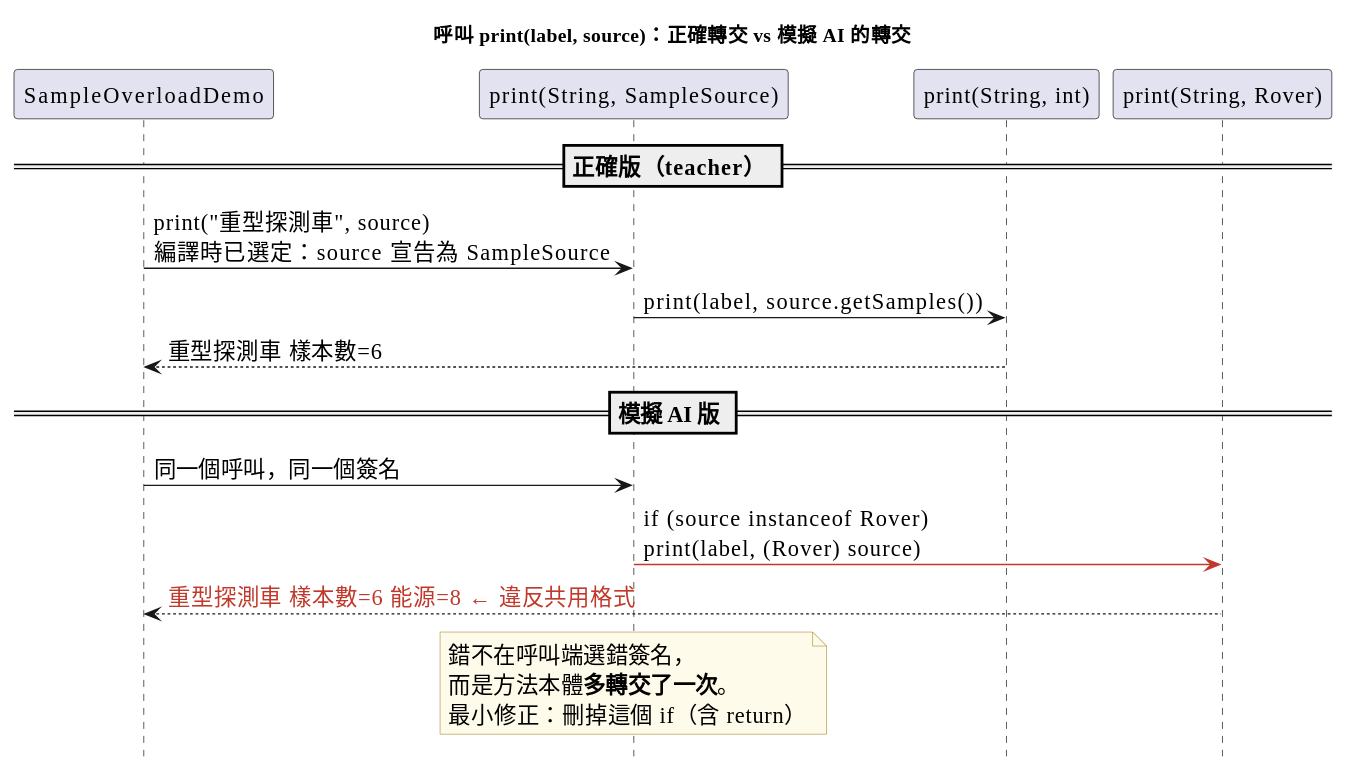
The PlantUML diagram week10/codex版本/diagrams/ai_forward_claude.svg in shuochenghu/115_1_Java_Tutorial, before a commit.
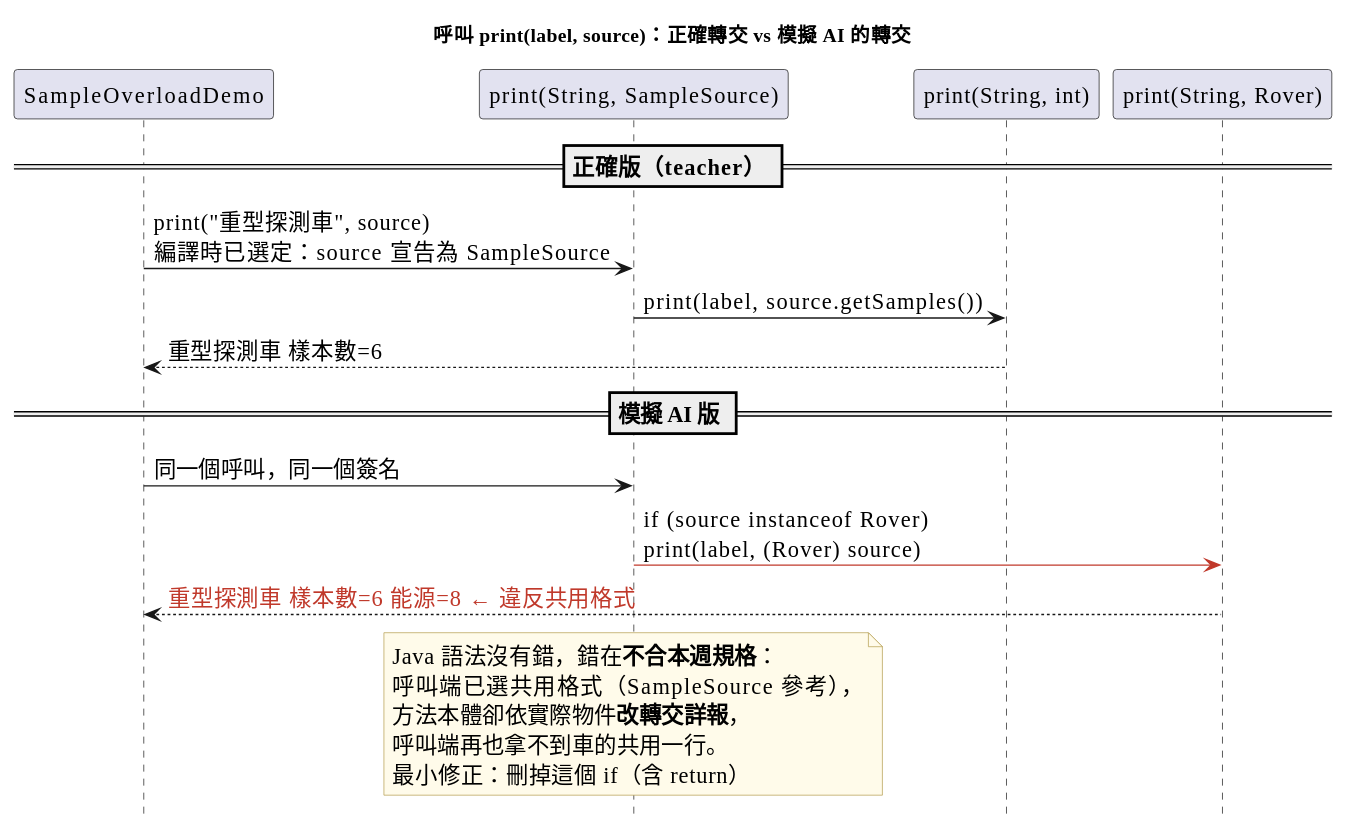
The same file after the commit.

Change to the diagram source:
```diff
@@ -20,5 +20,5 @@
 D -> P2 : 同一個呼叫，同一個簽名
 P2 -[#C0392B]> P1 : if (source instanceof Rover)\nprint(label, (Rover) source)
 P1 --> D : <color:#C0392B>重型探測車 樣本數=6 能源=8  ← 違反共用格式</color>
-note over P2 : 錯不在呼叫端選錯簽名，\n而是方法本體<b>多轉交了一次</b>。\n最小修正：刪掉這個 if（含 return）
+note over P2 : Java 語法沒有錯，錯在<b>不合本週規格</b>：\n呼叫端已選共用格式（SampleSource 參考），\n方法本體卻依實際物件<b>改轉交詳報</b>，\n呼叫端再也拿不到車的共用一行。\n最小修正：刪掉這個 if（含 return）
 @enduml
```
